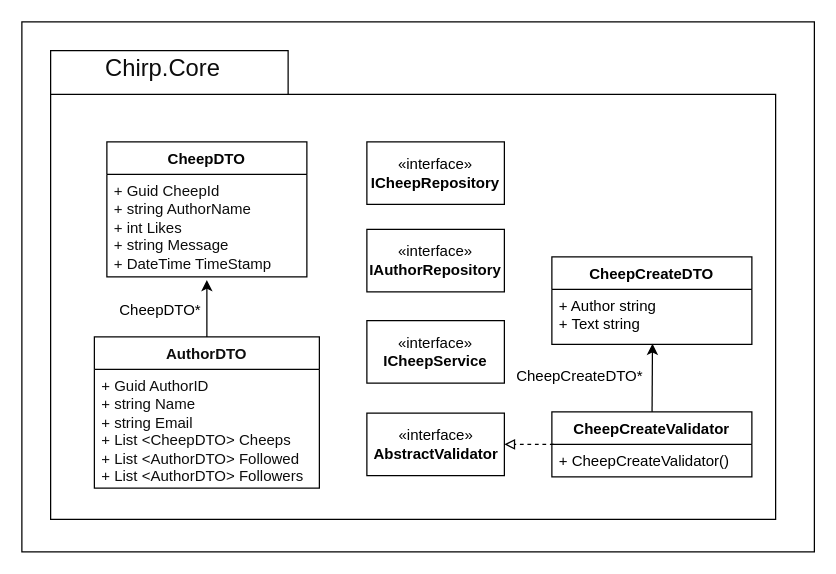
This is Docs/Images/PackagesUMLClassDiagrams/PackageCoreUMLDiagram.drawio from ITU-BDSA23-GROUP4/Chirp, a draw.io file, before an edit. Source tidied: cells renumbered, new cells numbered last; positions are measured from the earlier drawing's top-left corner, leaving out a move shared by most shapes. Both pictures are drawn from the tidied source at 125%, with x=0, y=0 at pixel (21, 21).
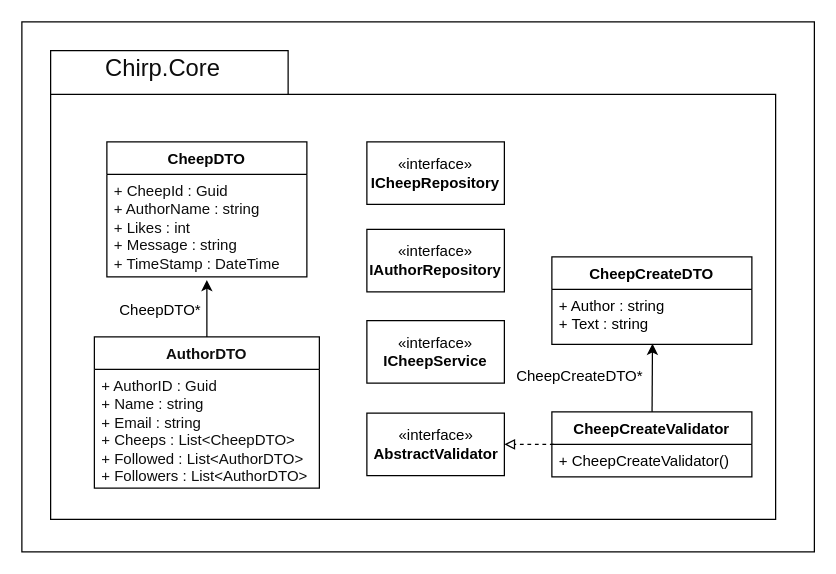
After the change.

Unchanged cells that the change refers to:
```xml
<mxCell id="4" value="&lt;font color=&quot;#030303&quot;&gt;CheepDTO&lt;/font&gt;" style="swimlane;fontStyle=1;align=center;verticalAlign=top;horizontal=1;startSize=26;whiteSpace=wrap;html=1;strokeColor=#000000;fillColor=none;" parent="1" vertex="1">
  <mxGeometry x="68" y="96" width="160" height="108" as="geometry" />
</mxCell>
<mxCell id="6" value="&lt;font color=&quot;#0d0d0d&quot;&gt;AuthorDTO&lt;/font&gt;" style="swimlane;fontStyle=1;align=center;verticalAlign=top;horizontal=1;startSize=26;whiteSpace=wrap;html=1;fillColor=none;strokeWidth=1;strokeColor=#030303;" parent="1" vertex="1">
  <mxGeometry x="58" y="252" width="180" height="121" as="geometry" />
</mxCell>
<mxCell id="9" value="&lt;font color=&quot;#000000&quot;&gt;CheepCreateDTO&lt;/font&gt;" style="swimlane;fontStyle=1;align=center;verticalAlign=top;horizontal=1;startSize=26;whiteSpace=wrap;html=1;strokeColor=#000000;fillColor=none;" parent="1" vertex="1">
  <mxGeometry x="424" y="188" width="160" height="70" as="geometry" />
</mxCell>
```

What changed in the source:
```diff
@@
-    <mxCell id="5" value="&lt;font color=&quot;#0d0d0d&quot;&gt;+ Guid CheepId&lt;br&gt;+ string AuthorName&lt;br&gt;+ int Likes&lt;br&gt;+ string Message&lt;br&gt;+ DateTime TimeStamp&lt;/font&gt;" style="text;strokeColor=none;fillColor=none;align=left;verticalAlign=top;spacingLeft=4;spacingRight=4;overflow=hidden;points=[[0,0.5],[1,0.5]];portConstraint=eastwest;whiteSpace=wrap;html=1;" parent="4" vertex="1">
+    <mxCell id="5" value="&lt;font color=&quot;#0d0d0d&quot;&gt;+ CheepId : Guid&lt;br&gt;+ AuthorName : string&lt;br&gt;+ Likes : int&lt;br&gt;+ Message : string&lt;br&gt;+ TimeStamp :&amp;nbsp;&lt;/font&gt;&lt;span style=&quot;color: rgb(13, 13, 13);&quot;&gt;DateTime&lt;/span&gt;" style="text;strokeColor=none;fillColor=none;align=left;verticalAlign=top;spacingLeft=4;spacingRight=4;overflow=hidden;points=[[0,0.5],[1,0.5]];portConstraint=eastwest;whiteSpace=wrap;html=1;" parent="4" vertex="1">
       <mxGeometry y="26" width="160" height="82" as="geometry" />
     </mxCell>
@@
-    <mxCell id="7" value="&lt;font color=&quot;#0d0d0d&quot;&gt;+ Guid AuthorID&lt;br&gt;+ string Name&lt;br&gt;+ string Email&lt;br&gt;+ List &amp;lt;CheepDTO&amp;gt; Cheeps&lt;br&gt;+ List &amp;lt;AuthorDTO&amp;gt; Followed&lt;br&gt;+ List &amp;lt;AuthorDTO&amp;gt; Followers&lt;br&gt;&lt;/font&gt;" style="text;strokeColor=none;fillColor=none;align=left;verticalAlign=top;spacingLeft=4;spacingRight=4;overflow=hidden;whiteSpace=wrap;html=1;" parent="6" vertex="1">
+    <mxCell id="7" value="&lt;font color=&quot;#0d0d0d&quot;&gt;+ AuthorID : Guid&lt;br&gt;+ Name : string&lt;br&gt;+ Email : string&lt;br&gt;+ Cheeps :&amp;nbsp;&lt;/font&gt;&lt;span style=&quot;color: rgb(13, 13, 13);&quot;&gt;List&amp;lt;CheepDTO&amp;gt;&lt;/span&gt;&lt;font color=&quot;#0d0d0d&quot;&gt;&lt;br&gt;+ Followed :&amp;nbsp;&lt;/font&gt;&lt;span style=&quot;color: rgb(13, 13, 13);&quot;&gt;List&amp;lt;AuthorDTO&amp;gt;&lt;/span&gt;&lt;font color=&quot;#0d0d0d&quot;&gt;&lt;br&gt;+ Followers :&amp;nbsp;&lt;/font&gt;&lt;span style=&quot;color: rgb(13, 13, 13);&quot;&gt;List&amp;lt;AuthorDTO&amp;gt;&lt;/span&gt;&lt;font color=&quot;#0d0d0d&quot;&gt;&lt;br&gt;&lt;/font&gt;" style="text;strokeColor=none;fillColor=none;align=left;verticalAlign=top;spacingLeft=4;spacingRight=4;overflow=hidden;whiteSpace=wrap;html=1;" parent="6" vertex="1">
       <mxGeometry y="26" width="180" height="95" as="geometry" />
     </mxCell>
@@
-    <mxCell id="10" value="&lt;font color=&quot;#000000&quot;&gt;+ Author string&lt;br&gt;+ Text string&lt;/font&gt;" style="text;strokeColor=none;fillColor=none;align=left;verticalAlign=top;spacingLeft=4;spacingRight=4;overflow=hidden;points=[[0,0.5],[1,0.5]];portConstraint=eastwest;whiteSpace=wrap;html=1;" parent="9" vertex="1">
+    <mxCell id="10" value="&lt;font color=&quot;#000000&quot;&gt;+ Author : string&lt;br&gt;+ Text : string&lt;/font&gt;" style="text;strokeColor=none;fillColor=none;align=left;verticalAlign=top;spacingLeft=4;spacingRight=4;overflow=hidden;points=[[0,0.5],[1,0.5]];portConstraint=eastwest;whiteSpace=wrap;html=1;" parent="9" vertex="1">
       <mxGeometry y="26" width="160" height="44" as="geometry" />
     </mxCell>
```
